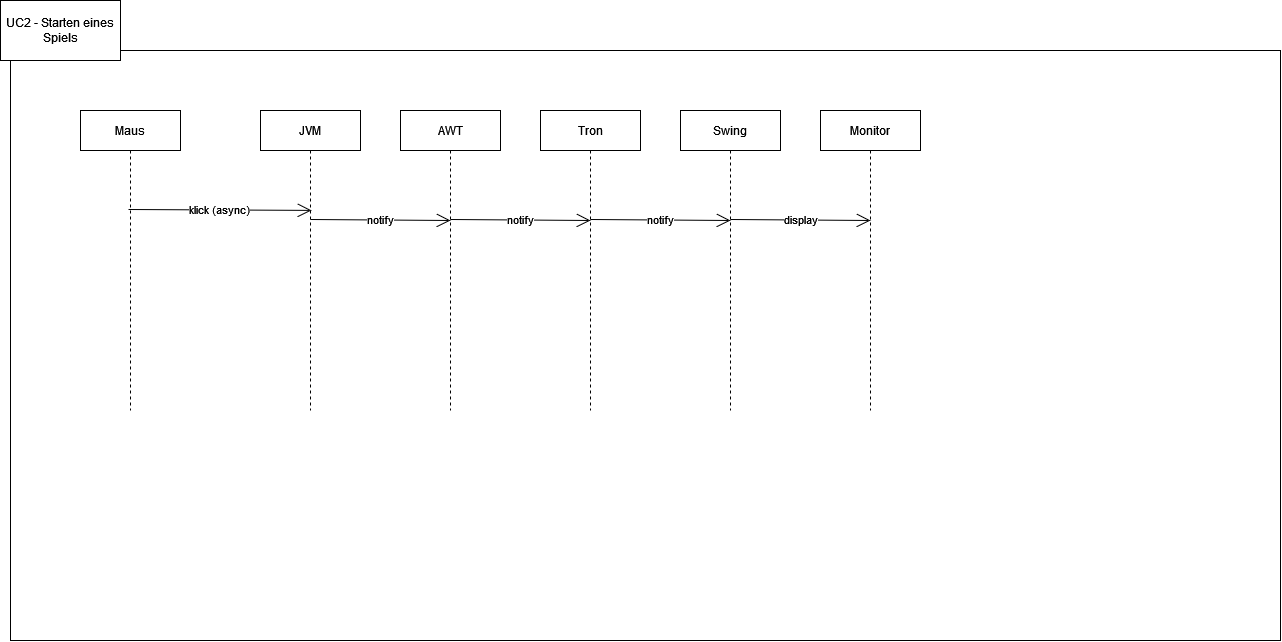
Earlier version of the draw.io export Arc42/Assets/technischer Kontext-UC2.drawio.png (MorenoS96/vsp). Source tidied: cells renumbered, new cells last; positions are measured from the earlier drawing's top-left corner, leaving out a move shared by most shapes.
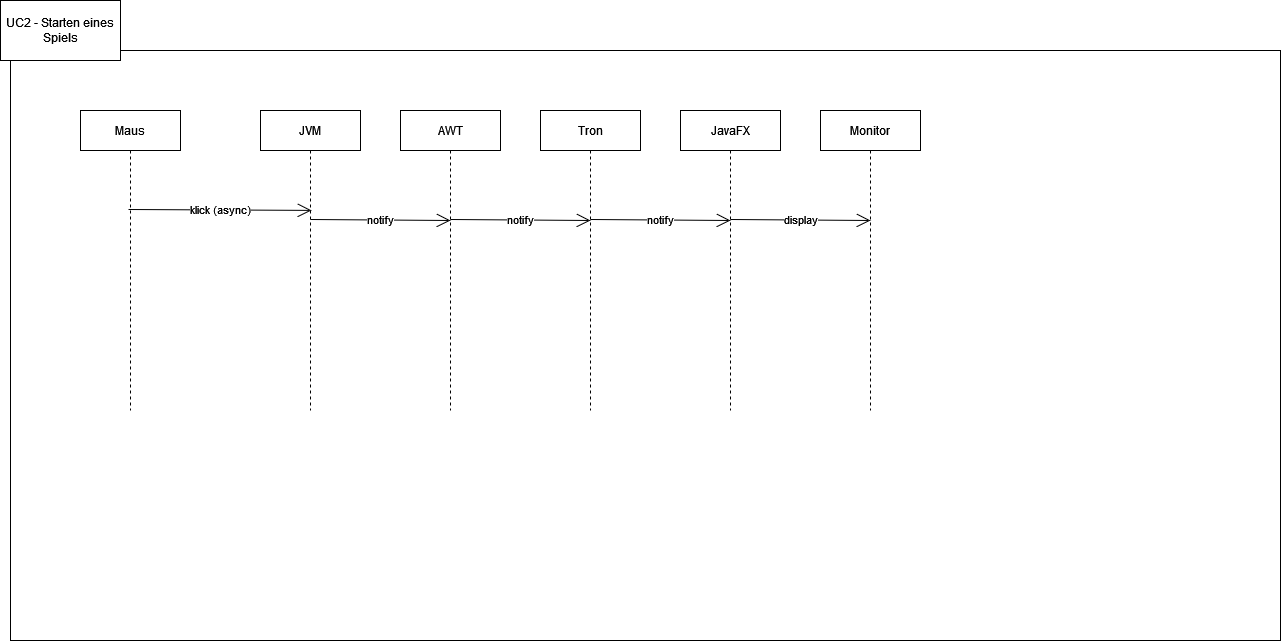
The same file after the commit.

Change to the diagram source:
```diff
@@ -35,7 +35,7 @@
         <mxPoint x="50" y="110" as="targetPoint" />
       </mxGeometry>
     </mxCell>
-    <mxCell id="11" value="Swing" style="shape=umlLifeline;perimeter=lifelinePerimeter;rounded=0;shadow=0;strokeWidth=1;" parent="1" vertex="1">
+    <mxCell id="11" value="JavaFX" style="shape=umlLifeline;perimeter=lifelinePerimeter;rounded=0;shadow=0;strokeWidth=1;" parent="1" vertex="1">
       <mxGeometry x="680" y="110" width="100" height="300" as="geometry" />
     </mxCell>
     <mxCell id="12" value="notify" style="endArrow=open;html=1;rounded=0;exitX=0.48;exitY=0.33;exitDx=0;exitDy=0;exitPerimeter=0;endFill=0;endSize=12;" parent="11" edge="1">
```
